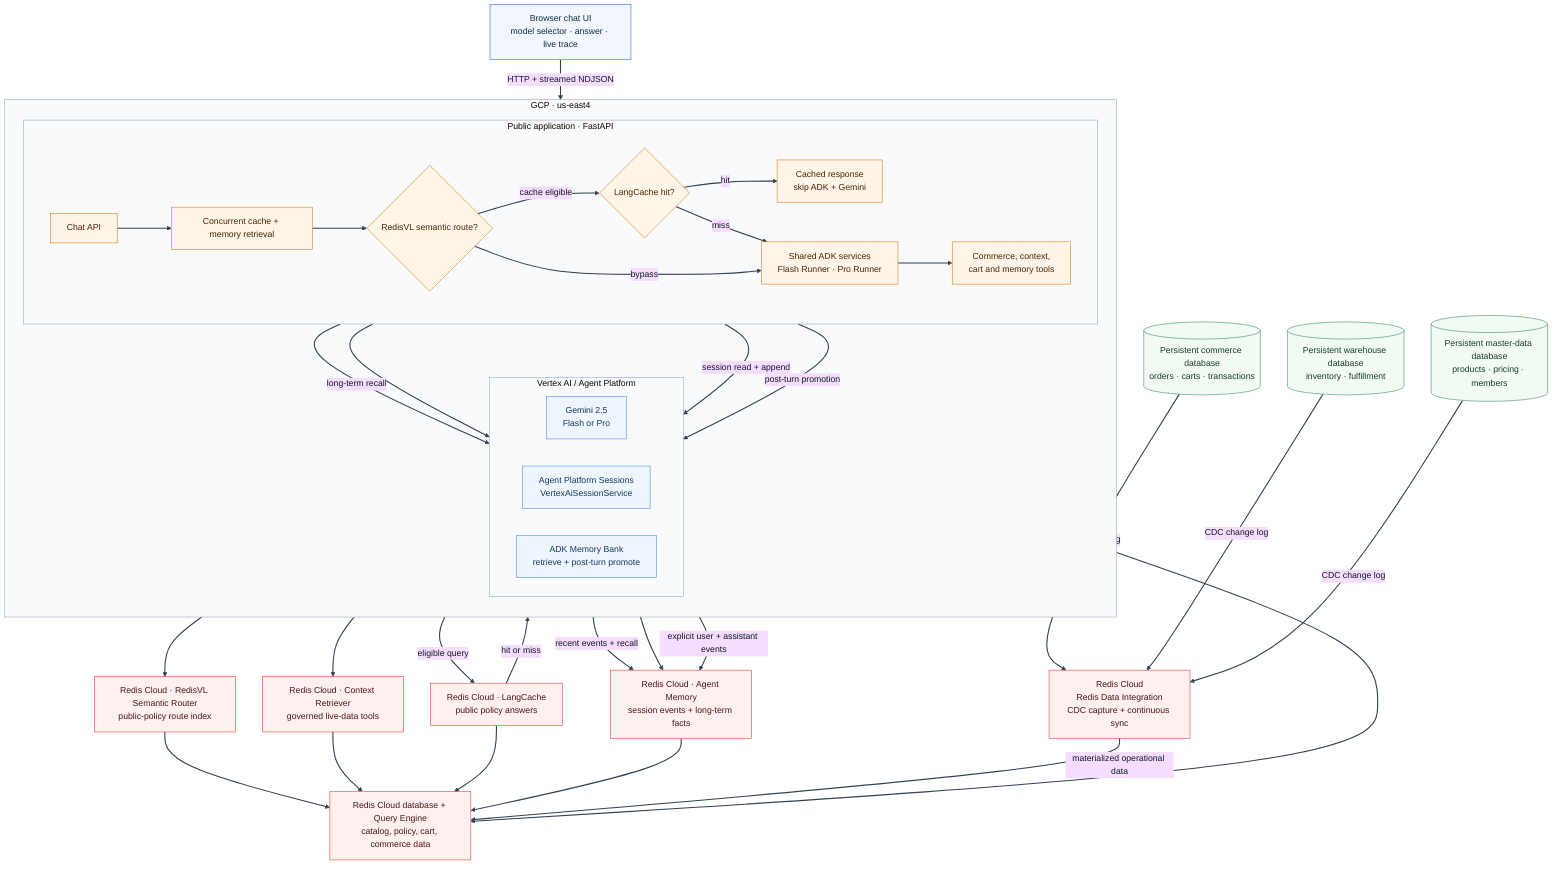
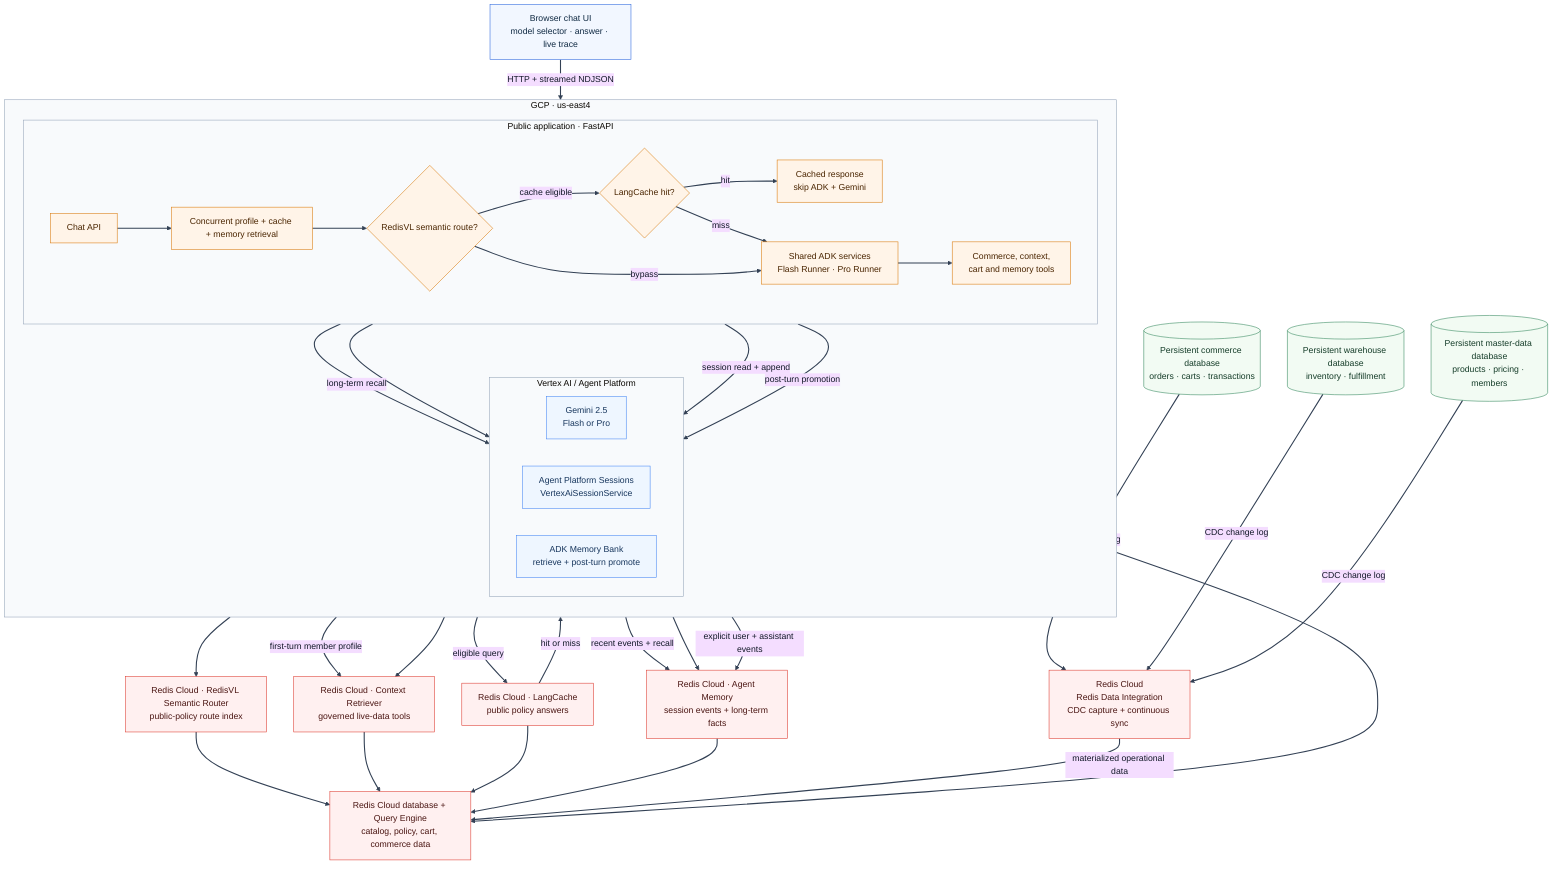
%%{init: {"theme":"base","themeVariables":{"background":"#ffffff","primaryTextColor":"#111827","lineColor":"#334155","clusterBkg":"#f8fafc","clusterBorder":"#94a3b8"},"flowchart":{"curve":"basis"}}}%%
flowchart TB
    browser["Browser chat UI<br/>model selector · answer · live trace"]

    subgraph gcp["GCP · us-east4"]
        direction TB
        subgraph run["Public application · FastAPI"]
            direction LR
-             api["Chat API"] --> prefetch["Concurrent cache + memory retrieval"]
+             api["Chat API"] --> prefetch["Concurrent profile + cache + memory retrieval"]
            prefetch --> route{"RedisVL semantic route?"}
            route -->|cache eligible| gate{"LangCache hit?"}
            gate -->|hit| cached["Cached response<br/>skip ADK + Gemini"]
            gate -->|miss| runners["Shared ADK services<br/>Flash Runner · Pro Runner"]
            route -->|bypass| runners
            runners --> tools["Commerce, context,<br/>cart and memory tools"]
        end

        subgraph vertex["Vertex AI / Agent Platform"]
            direction LR
            gemini["Gemini 2.5<br/>Flash or Pro"]
            sessions["Agent Platform Sessions<br/>VertexAiSessionService"]
            bank["ADK Memory Bank<br/>retrieve + post-turn promote"]
        end
    end

    commerce[("Persistent commerce database<br/>orders · carts · transactions")]
    warehouse[("Persistent warehouse database<br/>inventory · fulfillment")]
    master[("Persistent master-data database<br/>products · pricing · members")]

    rdi["Redis Cloud<br/>Redis Data Integration<br/>CDC capture + continuous sync"]
    cache["Redis Cloud · LangCache<br/>public policy answers"]
    ram["Redis Cloud · Agent Memory<br/>session events + long-term facts"]
    context["Redis Cloud · Context Retriever<br/>governed live-data tools"]
    semantic["Redis Cloud · RedisVL Semantic Router<br/>public-policy route index"]
    database["Redis Cloud database + Query Engine<br/>catalog, policy, cart, commerce data"]

    browser -->|HTTP + streamed NDJSON| api

    route --> semantic
    semantic --> database
    route -->|eligible query| cache
    cache -->|hit or miss| gate
    prefetch -->|recent events + recall| ram
    prefetch -->|long-term recall| bank
+     prefetch -->|first-turn member profile| context

    runners --> gemini
    runners -->|session read + append| sessions
    runners -->|post-turn promotion| bank
    tools --> context
    tools --> database
    tools --> ram
    context --> database
    api -->|explicit user + assistant events| ram

    cache --> database
    ram --> database
    commerce -->|CDC change log| rdi
    warehouse -->|CDC change log| rdi
    master -->|CDC change log| rdi
    rdi -->|materialized operational data| database

    classDef client fill:#f2f7ff,stroke:#2864dc,color:#102a43
    classDef app fill:#fff4e8,stroke:#d97706,color:#4a2500
    classDef google fill:#eef6ff,stroke:#4285f4,color:#17365d
    classDef redis fill:#fff0f0,stroke:#dc382d,color:#4a1512
    classDef source fill:#f2fbf3,stroke:#2f855a,color:#153d29

    class browser client
    class api,prefetch,route,gate,cached,runners,tools app
    class gemini,sessions,bank google
    class rdi,cache,ram,context,semantic,database redis
    class commerce,warehouse,master source

    linkStyle default stroke:#334155,stroke-width:2px
